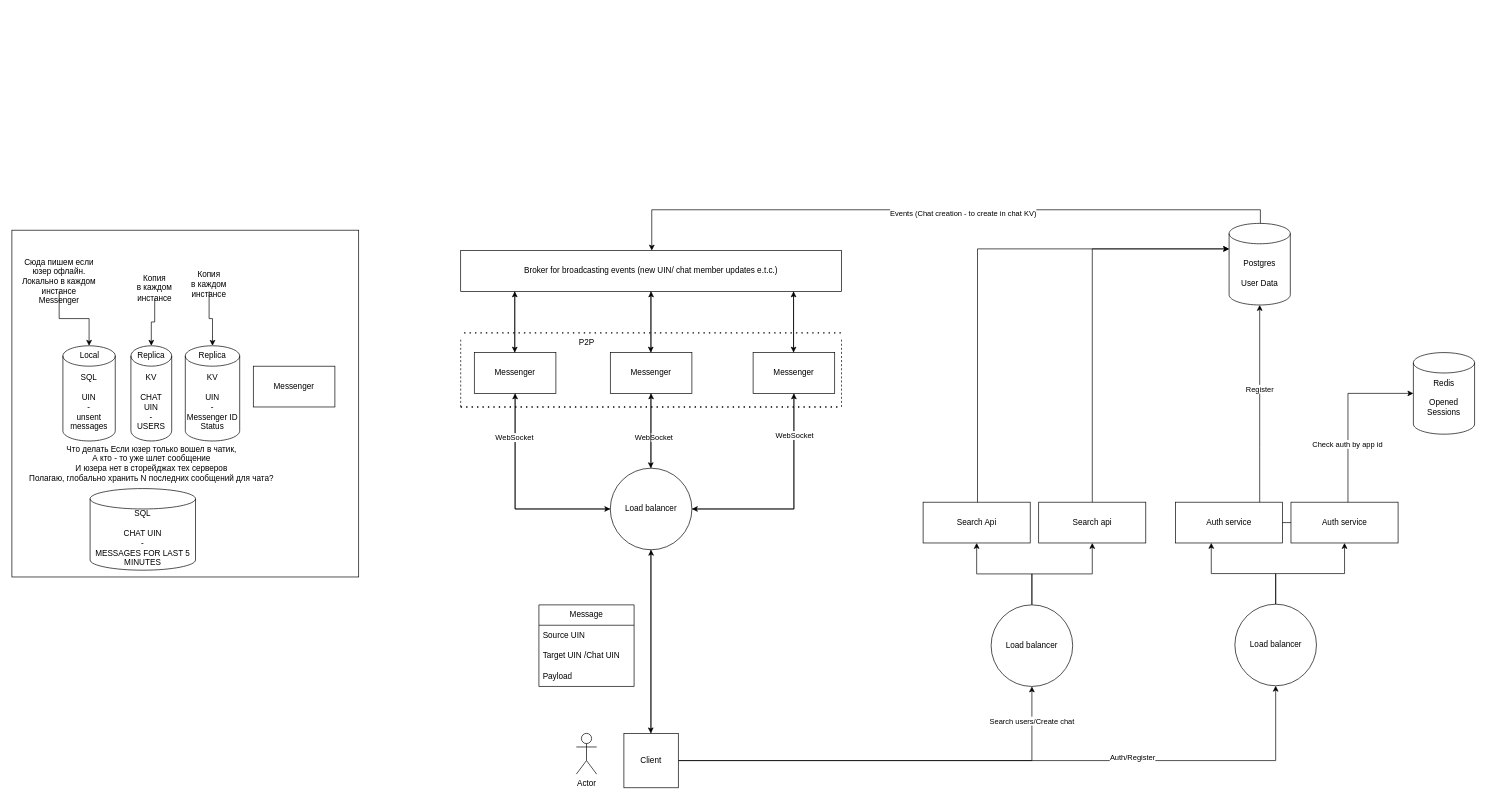
Above: Диаграмма без названия.drawio in Refreezer/diagrams (draw.io), before the change. Source tidied: cells renumbered, new cells numbered last; positions are measured from the earlier drawing's top-left corner, leaving out a move shared by most shapes. Both pictures are drawn from the tidied source at 68%, with x=0, y=0 at pixel (12, 209).
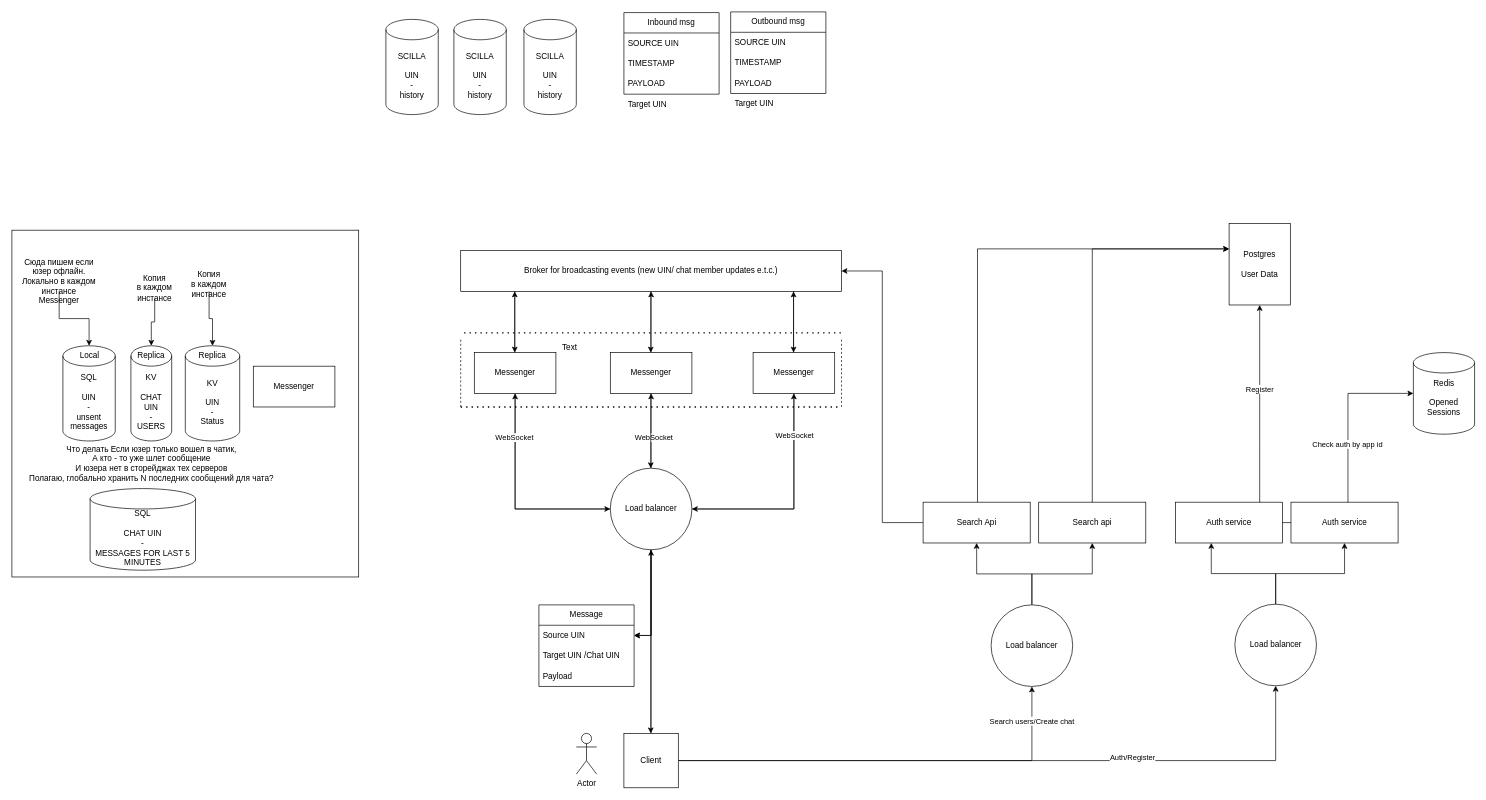
After the change.

The change refers to these unchanged cells:
```xml
<mxCell id="21" value="Load balancer&lt;br&gt;" style="ellipse;whiteSpace=wrap;html=1;" parent="1" vertex="1">
  <mxGeometry x="880" y="380" width="120" height="120" as="geometry" />
</mxCell>
<mxCell id="36" value="Broker for broadcasting events (new UIN/ chat member updates e.t.c.)" style="rounded=0;whiteSpace=wrap;html=1;" parent="1" vertex="1">
  <mxGeometry x="660" y="60" width="560" height="60" as="geometry" />
</mxCell>
<mxCell id="37" style="group;" parent="1" vertex="1">
  <mxGeometry x="70" y="140" width="405" height="268" as="geometry" />
</mxCell>
<mxCell id="59" value="Search Api" style="whiteSpace=wrap;html=1;direction=south;" parent="1" vertex="1">
  <mxGeometry x="1340" y="430" width="157.5" height="60" as="geometry" />
</mxCell>
<mxCell id="66" value="Source UIN" style="text;strokeColor=none;fillColor=none;align=left;verticalAlign=middle;spacingLeft=4;spacingRight=4;overflow=hidden;points=[[0,0.5],[1,0.5]];portConstraint=eastwest;whiteSpace=wrap;html=1;" parent="65" vertex="1">
  <mxGeometry y="30" width="140" height="30" as="geometry" />
</mxCell>
```

Change to the diagram source:
```diff
@@
+    <mxCell id="76" style="edgeStyle=orthogonalEdgeStyle;rounded=0;jettySize=auto;html=1;" parent="1" edge="1" source="21" target="66">
+      <mxGeometry relative="1" as="geometry" />
+    </mxCell>
+    <mxCell id="77" style="edgeStyle=orthogonalEdgeStyle;rounded=0;jettySize=auto;html=1;" parent="1" edge="1" source="21" target="66">
+      <mxGeometry relative="1" as="geometry" />
+    </mxCell>
@@
-    <mxCell id="34" value="P2P" style="text;html=1;align=center;verticalAlign=middle;strokeColor=none;fillColor=none;" parent="1" vertex="1">
-      <mxGeometry x="820" y="180" width="50" height="30" as="geometry" />
-    </mxCell>
@@
-    <mxCell id="38" value="KV&lt;br&gt;&lt;br&gt;UIN&lt;br&gt;-&lt;br&gt;Messenger ID&lt;br&gt;Status" style="shape=cylinder3;whiteSpace=wrap;html=1;boundedLbl=1;backgroundOutline=1;size=15;" parent="37" vertex="1">
+    <mxCell id="38" value="KV&lt;br&gt;&lt;br&gt;UIN&lt;br&gt;-&lt;br&gt;Status" style="shape=cylinder3;whiteSpace=wrap;html=1;boundedLbl=1;backgroundOutline=1;size=15;" parent="37" vertex="1">
       <mxGeometry x="185" y="60" width="80" height="140" as="geometry" />
     </mxCell>
@@
-    <mxCell id="53" value="Postgres&lt;br&gt;&lt;br&gt;User Data&lt;br&gt;" style="shape=cylinder3;whiteSpace=wrap;html=1;boundedLbl=1;backgroundOutline=1;size=15;" parent="1" vertex="1">
+    <mxCell id="53" value="Postgres&lt;br&gt;&lt;br&gt;User Data&lt;br&gt;" style="shape=label;whiteSpace=wrap;html=1;boundedLbl=1;backgroundOutline=1;size=15;" parent="1" vertex="1">
       <mxGeometry x="1790" y="20" width="90" height="120" as="geometry" />
     </mxCell>
@@
+    <mxCell id="78" style="edgeStyle=orthogonalEdgeStyle;rounded=0;jettySize=auto;html=1;entryX=1;entryY=0.5;entryDx=0;entryDy=0;" parent="1" edge="1" source="59" target="36">
+      <mxGeometry relative="1" as="geometry" />
+    </mxCell>
@@
-    <mxCell id="63" style="edgeStyle=orthogonalEdgeStyle;rounded=0;orthogonalLoop=1;jettySize=auto;html=1;exitX=0.5;exitY=0;exitDx=0;exitDy=0;exitPerimeter=0;" parent="1" edge="1">
-      <mxGeometry relative="1" as="geometry">
-        <mxPoint x="1836" y="20" as="sourcePoint" />
-        <mxPoint x="941" y="60" as="targetPoint" />
-        <Array as="points">
-          <mxPoint x="1836" />
-          <mxPoint x="941" />
-        </Array>
-      </mxGeometry>
-    </mxCell>
-    <mxCell id="64" value="Events (Chat creation - to create in chat KV)" style="edgeLabel;html=1;align=center;verticalAlign=middle;" parent="63" vertex="1">
-      <mxGeometry x="-0.06" y="4" relative="1" as="geometry" />
-    </mxCell>
@@
+    <mxCell id="79" value="Text" style="text;html=1;align=center;verticalAlign=middle;strokeColor=none;fillColor=none;" parent="1" vertex="1">
+      <mxGeometry x="795" y="188" width="50" height="30" as="geometry" />
+    </mxCell>
+    <mxCell id="80" value="SCILLA&lt;br&gt;&lt;br&gt;UIN&lt;br&gt;-&lt;br&gt;history" style="shape=cylinder3;whiteSpace=wrap;html=1;boundedLbl=1;backgroundOutline=1;size=15;" parent="1" vertex="1">
+      <mxGeometry x="550" y="-280" width="77" height="140" as="geometry" />
+    </mxCell>
+    <mxCell id="81" value="SCILLA&lt;br&gt;&lt;br&gt;UIN&lt;br&gt;-&lt;br&gt;history" style="shape=cylinder3;whiteSpace=wrap;html=1;boundedLbl=1;backgroundOutline=1;size=15;" parent="1" vertex="1">
+      <mxGeometry x="650" y="-280" width="77" height="140" as="geometry" />
+    </mxCell>
+    <mxCell id="82" value="SCILLA&lt;br&gt;&lt;br&gt;UIN&lt;br&gt;-&lt;br&gt;history" style="shape=cylinder3;whiteSpace=wrap;html=1;boundedLbl=1;backgroundOutline=1;size=15;" parent="1" vertex="1">
+      <mxGeometry x="753" y="-280" width="77" height="140" as="geometry" />
+    </mxCell>
+    <mxCell id="83" value="Inbound msg" style="swimlane;fontStyle=0;horizontal=1;startSize=30;whiteSpace=wrap;html=1;" parent="1" vertex="1">
+      <mxGeometry x="900" y="-290" width="140" height="120" as="geometry" />
+    </mxCell>
+    <mxCell id="84" value="SOURCE UIN " style="text;strokeColor=none;fillColor=none;align=left;verticalAlign=middle;spacingLeft=4;spacingRight=4;overflow=hidden;whiteSpace=wrap;html=1;" parent="83" vertex="1">
+      <mxGeometry y="30" width="140" height="30" as="geometry" />
+    </mxCell>
+    <mxCell id="85" value="TIMESTAMP" style="text;strokeColor=none;fillColor=none;align=left;verticalAlign=middle;spacingLeft=4;spacingRight=4;overflow=hidden;whiteSpace=wrap;html=1;" parent="83" vertex="1">
+      <mxGeometry y="60" width="140" height="30" as="geometry" />
+    </mxCell>
+    <mxCell id="86" value="PAYLOAD" style="text;strokeColor=none;fillColor=none;align=left;verticalAlign=middle;spacingLeft=4;spacingRight=4;overflow=hidden;whiteSpace=wrap;html=1;" parent="83" vertex="1">
+      <mxGeometry y="90" width="140" height="30" as="geometry" />
+    </mxCell>
+    <mxCell id="87" value="Target UIN" style="text;strokeColor=none;fillColor=none;align=left;verticalAlign=middle;spacingLeft=4;spacingRight=4;overflow=hidden;whiteSpace=wrap;html=1;" parent="1" vertex="1">
+      <mxGeometry x="900" y="-170" width="140" height="30" as="geometry" />
+    </mxCell>
+    <mxCell id="88" value="Outbound msg" style="swimlane;fontStyle=0;horizontal=1;startSize=30;whiteSpace=wrap;html=1;" parent="1" vertex="1">
+      <mxGeometry x="1057" y="-291" width="140" height="120" as="geometry" />
+    </mxCell>
+    <mxCell id="89" value="SOURCE UIN " style="text;strokeColor=none;fillColor=none;align=left;verticalAlign=middle;spacingLeft=4;spacingRight=4;overflow=hidden;whiteSpace=wrap;html=1;" parent="88" vertex="1">
+      <mxGeometry y="30" width="140" height="30" as="geometry" />
+    </mxCell>
+    <mxCell id="90" value="TIMESTAMP" style="text;strokeColor=none;fillColor=none;align=left;verticalAlign=middle;spacingLeft=4;spacingRight=4;overflow=hidden;whiteSpace=wrap;html=1;" parent="88" vertex="1">
+      <mxGeometry y="60" width="140" height="30" as="geometry" />
+    </mxCell>
+    <mxCell id="91" value="PAYLOAD" style="text;strokeColor=none;fillColor=none;align=left;verticalAlign=middle;spacingLeft=4;spacingRight=4;overflow=hidden;whiteSpace=wrap;html=1;" parent="88" vertex="1">
+      <mxGeometry y="90" width="140" height="30" as="geometry" />
+    </mxCell>
+    <mxCell id="92" value="Target UIN" style="text;strokeColor=none;fillColor=none;align=left;verticalAlign=middle;spacingLeft=4;spacingRight=4;overflow=hidden;whiteSpace=wrap;html=1;" parent="1" vertex="1">
+      <mxGeometry x="1057" y="-171" width="140" height="30" as="geometry" />
+    </mxCell>
```
